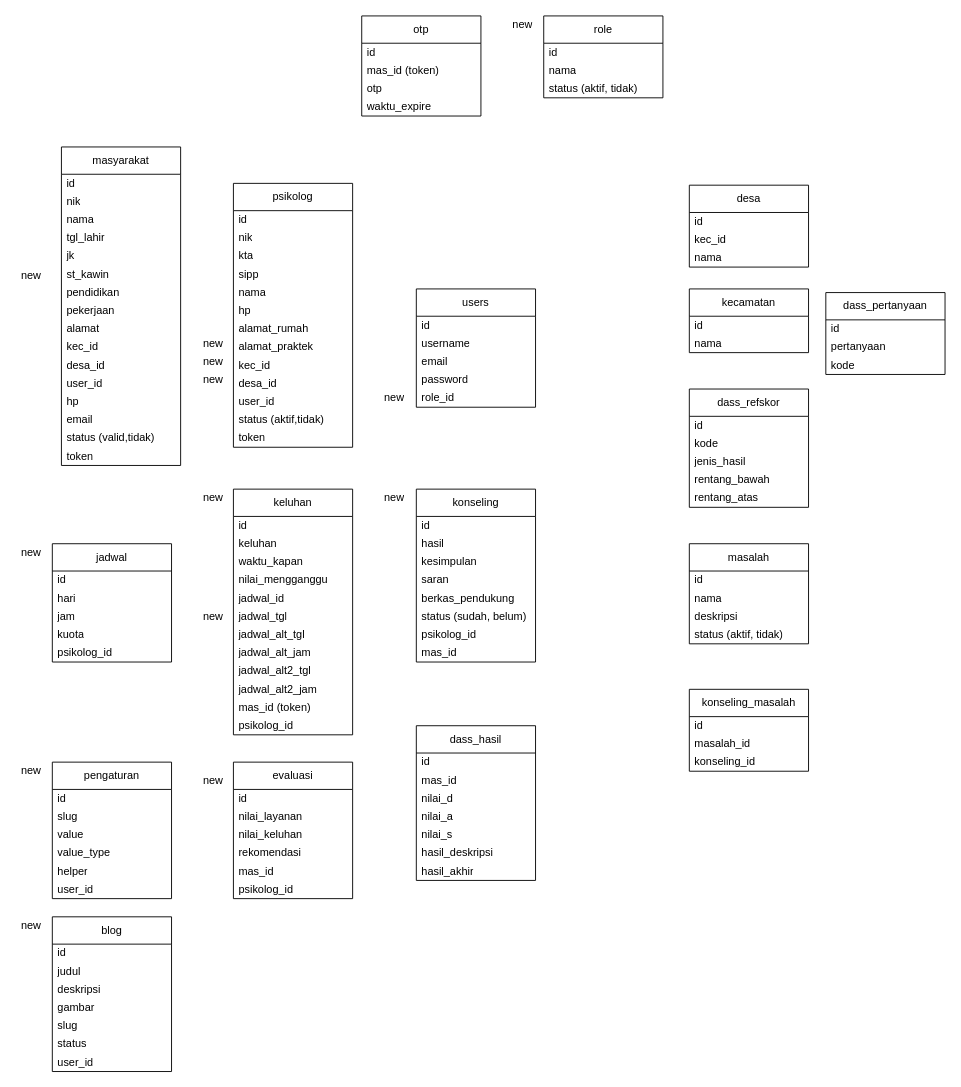
Before: env_designs/erd_dmb.drawio in zeneight/drawio, a draw.io diagram. Source tidied: cells renumbered, new cells numbered last; positions are measured from the earlier drawing's top-left corner, leaving out a move shared by most shapes. Both pictures are drawn from the tidied source at 91%, with x=0, y=0 at pixel (15, 15).
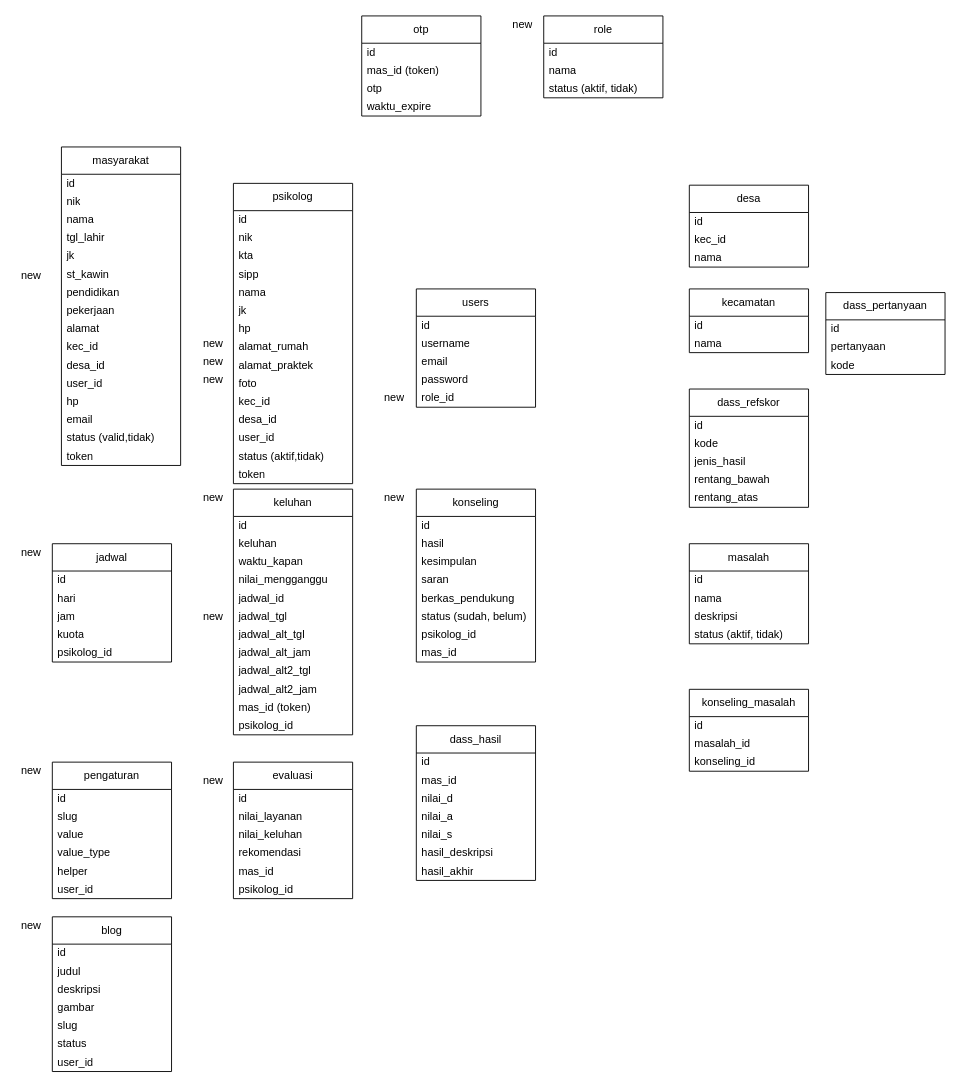
The same page after the edit.

What changed in the source:
```diff
@@
     <mxCell id="19" value="psikolog" style="swimlane;fontStyle=0;horizontal=1;startSize=30;whiteSpace=wrap;html=1;" parent="1" vertex="1">
-      <mxGeometry x="239" y="184" width="131" height="290" as="geometry" />
+      <mxGeometry x="239" y="184" width="131" height="330" as="geometry" />
     </mxCell>
@@
+    <mxCell id="145" value="jk" style="text;strokeColor=none;fillColor=none;align=left;verticalAlign=middle;spacingLeft=4;spacingRight=4;overflow=hidden;whiteSpace=wrap;html=1;" parent="19" vertex="1">
+      <mxGeometry y="130" width="131" height="20" as="geometry" />
+    </mxCell>
     <mxCell id="25" value="hp" style="text;strokeColor=none;fillColor=none;align=left;verticalAlign=middle;spacingLeft=4;spacingRight=4;overflow=hidden;whiteSpace=wrap;html=1;" parent="19" vertex="1">
-      <mxGeometry y="130" width="131" height="20" as="geometry" />
+      <mxGeometry y="150" width="131" height="20" as="geometry" />
     </mxCell>
     <mxCell id="26" value="alamat_rumah" style="text;strokeColor=none;fillColor=none;align=left;verticalAlign=middle;spacingLeft=4;spacingRight=4;overflow=hidden;whiteSpace=wrap;html=1;" parent="19" vertex="1">
-      <mxGeometry y="150" width="131" height="20" as="geometry" />
+      <mxGeometry y="170" width="131" height="20" as="geometry" />
     </mxCell>
     <mxCell id="27" value="alamat_praktek" style="text;strokeColor=none;fillColor=none;align=left;verticalAlign=middle;spacingLeft=4;spacingRight=4;overflow=hidden;whiteSpace=wrap;html=1;" parent="19" vertex="1">
-      <mxGeometry y="170" width="131" height="20" as="geometry" />
+      <mxGeometry y="190" width="131" height="20" as="geometry" />
     </mxCell>
+    <mxCell id="146" value="foto" style="text;strokeColor=none;fillColor=none;align=left;verticalAlign=middle;spacingLeft=4;spacingRight=4;overflow=hidden;whiteSpace=wrap;html=1;" parent="19" vertex="1">
+      <mxGeometry y="210" width="131" height="20" as="geometry" />
+    </mxCell>
     <mxCell id="28" value="kec_id" style="text;strokeColor=none;fillColor=none;align=left;verticalAlign=middle;spacingLeft=4;spacingRight=4;overflow=hidden;whiteSpace=wrap;html=1;" parent="19" vertex="1">
-      <mxGeometry y="190" width="131" height="20" as="geometry" />
+      <mxGeometry y="230" width="131" height="20" as="geometry" />
     </mxCell>
     <mxCell id="29" value="desa_id" style="text;strokeColor=none;fillColor=none;align=left;verticalAlign=middle;spacingLeft=4;spacingRight=4;overflow=hidden;whiteSpace=wrap;html=1;" parent="19" vertex="1">
-      <mxGeometry y="210" width="131" height="20" as="geometry" />
+      <mxGeometry y="250" width="131" height="20" as="geometry" />
     </mxCell>
     <mxCell id="30" value="user_id" style="text;strokeColor=none;fillColor=none;align=left;verticalAlign=middle;spacingLeft=4;spacingRight=4;overflow=hidden;whiteSpace=wrap;html=1;" parent="19" vertex="1">
-      <mxGeometry y="230" width="131" height="20" as="geometry" />
+      <mxGeometry y="270" width="131" height="20" as="geometry" />
     </mxCell>
     <mxCell id="31" value="status (aktif,tidak)" style="text;strokeColor=none;fillColor=none;align=left;verticalAlign=middle;spacingLeft=4;spacingRight=4;overflow=hidden;whiteSpace=wrap;html=1;" parent="19" vertex="1">
-      <mxGeometry y="250" width="131" height="20" as="geometry" />
+      <mxGeometry y="290" width="131" height="20" as="geometry" />
     </mxCell>
     <mxCell id="32" value="token" style="text;strokeColor=none;fillColor=none;align=left;verticalAlign=middle;spacingLeft=4;spacingRight=4;overflow=hidden;whiteSpace=wrap;html=1;" parent="19" vertex="1">
-      <mxGeometry y="270" width="131" height="20" as="geometry" />
+      <mxGeometry y="310" width="131" height="20" as="geometry" />
     </mxCell>
```
